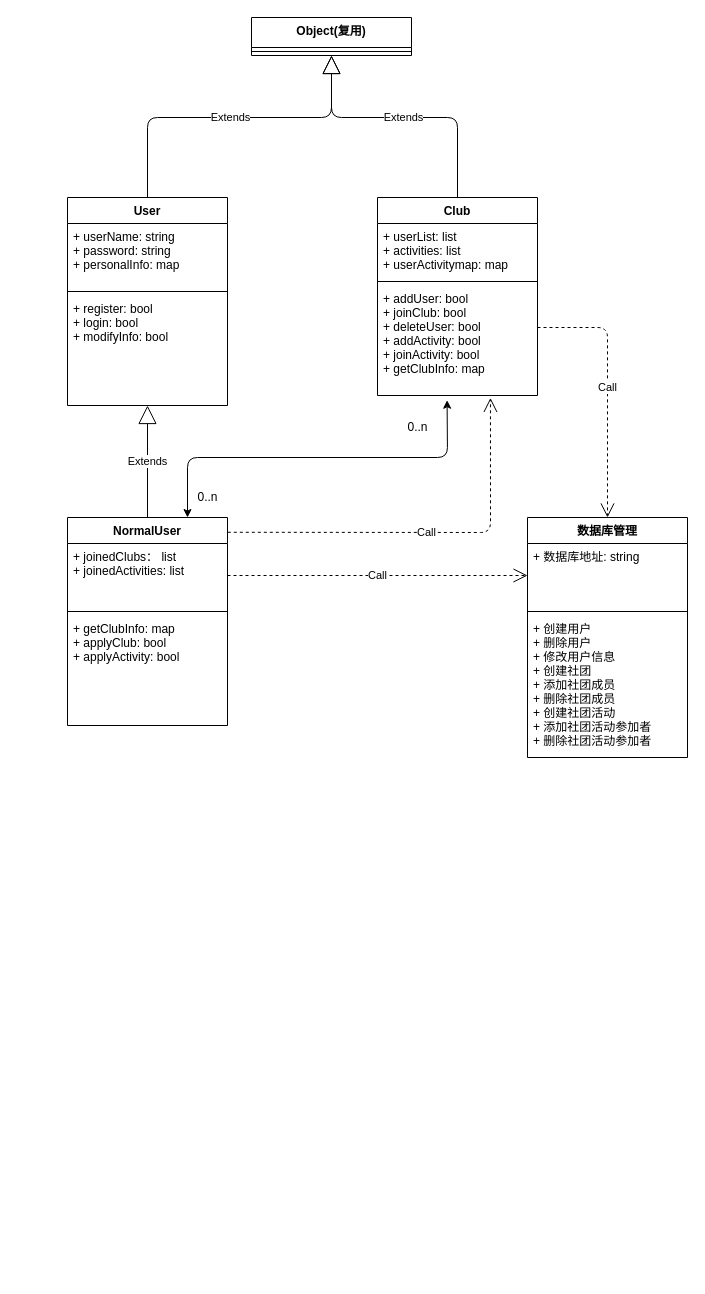
This is CD.drawio from gaodi16366/test, a draw.io file, before an edit. Source tidied: cells renumbered, new cells numbered last; positions are measured from the earlier drawing's top-left corner, leaving out a move shared by most shapes. Both pictures are drawn from the tidied source at 100%, with x=0, y=0 at pixel (67, 17).
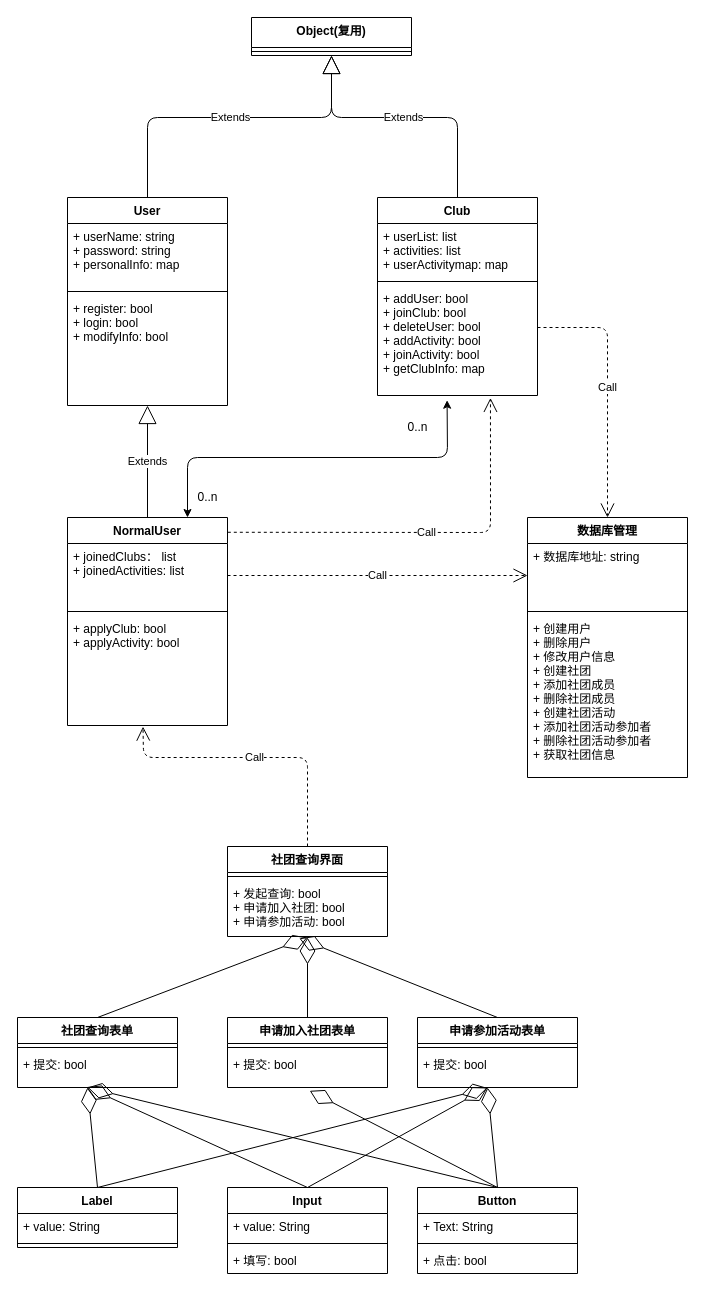
After the change.

The change refers to these unchanged cells:
```xml
<mxCell id="11" value="NormalUser" style="swimlane;fontStyle=1;align=center;verticalAlign=top;horizontal=1;startSize=26;" parent="1" vertex="1">
  <mxGeometry y="500" width="160" height="208" as="geometry" />
</mxCell>
```

Change to the diagram source:
```diff
@@
-    <mxCell id="14" value="+ getClubInfo: map&#10;+ applyClub: bool&#10;+ applyActivity: bool&#10;&#10;" style="text;strokeColor=none;fillColor=none;align=left;verticalAlign=top;spacingLeft=4;spacingRight=4;overflow=hidden;points=[[0,0.5],[1,0.5]];portConstraint=eastwest;" parent="11" vertex="1">
+    <mxCell id="14" value="+ applyClub: bool&#10;+ applyActivity: bool&#10;&#10;" style="text;strokeColor=none;fillColor=none;align=left;verticalAlign=top;spacingLeft=4;spacingRight=4;overflow=hidden;points=[[0,0.5],[1,0.5]];portConstraint=eastwest;" parent="11" vertex="1">
       <mxGeometry y="98" width="160" height="110" as="geometry" />
     </mxCell>
@@
     <mxCell id="23" value="数据库管理" style="swimlane;fontStyle=1;align=center;verticalAlign=top;horizontal=1;startSize=26;" parent="1" vertex="1">
-      <mxGeometry x="460" y="500" width="160" height="240" as="geometry" />
+      <mxGeometry x="460" y="500" width="160" height="260" as="geometry" />
     </mxCell>
@@
-    <mxCell id="26" value="+ 创建用户&#10;+ 删除用户&#10;+ 修改用户信息&#10;+ 创建社团&#10;+ 添加社团成员&#10;+ 删除社团成员&#10;+ 创建社团活动&#10;+ 添加社团活动参加者&#10;+ 删除社团活动参加者&#10;&#10;&#10;" style="text;strokeColor=none;fillColor=none;align=left;verticalAlign=top;spacingLeft=4;spacingRight=4;overflow=hidden;" parent="23" vertex="1">
-      <mxGeometry y="98" width="160" height="142" as="geometry" />
+    <mxCell id="26" value="+ 创建用户&#10;+ 删除用户&#10;+ 修改用户信息&#10;+ 创建社团&#10;+ 添加社团成员&#10;+ 删除社团成员&#10;+ 创建社团活动&#10;+ 添加社团活动参加者&#10;+ 删除社团活动参加者&#10;+ 获取社团信息&#10;&#10;&#10;" style="text;strokeColor=none;fillColor=none;align=left;verticalAlign=top;spacingLeft=4;spacingRight=4;overflow=hidden;" parent="23" vertex="1">
+      <mxGeometry y="98" width="160" height="162" as="geometry" />
     </mxCell>
@@
+    <mxCell id="29" value="社团查询界面" style="swimlane;fontStyle=1;align=center;verticalAlign=top;horizontal=1;startSize=26;" parent="1" vertex="1">
+      <mxGeometry x="160" y="829" width="160" height="90" as="geometry" />
+    </mxCell>
+    <mxCell id="30" style="line;strokeWidth=1;fillColor=none;align=left;verticalAlign=middle;spacingTop=-1;spacingLeft=3;spacingRight=3;labelPosition=right;" parent="29" vertex="1">
+      <mxGeometry y="26" width="160" height="8" as="geometry" />
+    </mxCell>
+    <mxCell id="31" value="+ 发起查询: bool&#10;+ 申请加入社团: bool&#10;+ 申请参加活动: bool" style="text;strokeColor=none;fillColor=none;align=left;verticalAlign=top;spacingLeft=4;spacingRight=4;overflow=hidden;points=[[0,0.5],[1,0.5]];portConstraint=eastwest;" parent="29" vertex="1">
+      <mxGeometry y="34" width="160" height="56" as="geometry" />
+    </mxCell>
+    <mxCell id="32" value="Call" style="endArrow=open;endSize=12;dashed=1;html=1;exitX=0.5;exitY=0;exitDx=0;exitDy=0;entryX=0.472;entryY=1.01;entryDx=0;entryDy=0;entryPerimeter=0;" parent="1" edge="1" source="29" target="14">
+      <mxGeometry relative="1" as="geometry">
+        <Array as="points">
+          <mxPoint x="240" y="740" />
+          <mxPoint x="76" y="740" />
+        </Array>
+      </mxGeometry>
+    </mxCell>
+    <mxCell id="33" value="社团查询表单" style="swimlane;fontStyle=1;align=center;verticalAlign=top;horizontal=1;startSize=26;" parent="1" vertex="1">
+      <mxGeometry x="-50" y="1000" width="160" height="70" as="geometry" />
+    </mxCell>
+    <mxCell id="34" style="line;strokeWidth=1;fillColor=none;align=left;verticalAlign=middle;spacingTop=-1;spacingLeft=3;spacingRight=3;labelPosition=right;" parent="33" vertex="1">
+      <mxGeometry y="26" width="160" height="8" as="geometry" />
+    </mxCell>
+    <mxCell id="35" value="+ 提交: bool" style="text;strokeColor=none;fillColor=none;align=left;verticalAlign=top;spacingLeft=4;spacingRight=4;overflow=hidden;points=[[0,0.5],[1,0.5]];portConstraint=eastwest;" parent="33" vertex="1">
+      <mxGeometry y="34" width="160" height="36" as="geometry" />
+    </mxCell>
+    <mxCell id="36" value="申请加入社团表单" style="swimlane;fontStyle=1;align=center;verticalAlign=top;horizontal=1;startSize=26;" parent="1" vertex="1">
+      <mxGeometry x="160" y="1000" width="160" height="70" as="geometry" />
+    </mxCell>
+    <mxCell id="37" style="line;strokeWidth=1;fillColor=none;align=left;verticalAlign=middle;spacingTop=-1;spacingLeft=3;spacingRight=3;labelPosition=right;" parent="36" vertex="1">
+      <mxGeometry y="26" width="160" height="8" as="geometry" />
+    </mxCell>
+    <mxCell id="38" value="+ 提交: bool" style="text;strokeColor=none;fillColor=none;align=left;verticalAlign=top;spacingLeft=4;spacingRight=4;overflow=hidden;points=[[0,0.5],[1,0.5]];portConstraint=eastwest;" parent="36" vertex="1">
+      <mxGeometry y="34" width="160" height="36" as="geometry" />
+    </mxCell>
+    <mxCell id="39" value="申请参加活动表单" style="swimlane;fontStyle=1;align=center;verticalAlign=top;horizontal=1;startSize=26;" parent="1" vertex="1">
+      <mxGeometry x="350" y="1000" width="160" height="70" as="geometry" />
+    </mxCell>
+    <mxCell id="40" style="line;strokeWidth=1;fillColor=none;align=left;verticalAlign=middle;spacingTop=-1;spacingLeft=3;spacingRight=3;labelPosition=right;" parent="39" vertex="1">
+      <mxGeometry y="26" width="160" height="8" as="geometry" />
+    </mxCell>
+    <mxCell id="41" value="+ 提交: bool" style="text;strokeColor=none;fillColor=none;align=left;verticalAlign=top;spacingLeft=4;spacingRight=4;overflow=hidden;points=[[0,0.5],[1,0.5]];portConstraint=eastwest;" parent="39" vertex="1">
+      <mxGeometry y="34" width="160" height="36" as="geometry" />
+    </mxCell>
+    <mxCell id="42" value="Input" style="swimlane;fontStyle=1;align=center;verticalAlign=top;horizontal=1;startSize=26;" parent="1" vertex="1">
+      <mxGeometry x="160" y="1170" width="160" height="86" as="geometry" />
+    </mxCell>
+    <mxCell id="43" value="+ value: String" style="text;strokeColor=none;fillColor=none;align=left;verticalAlign=top;spacingLeft=4;spacingRight=4;overflow=hidden;" parent="42" vertex="1">
+      <mxGeometry y="26" width="160" height="26" as="geometry" />
+    </mxCell>
+    <mxCell id="44" style="line;strokeWidth=1;fillColor=none;align=left;verticalAlign=middle;spacingTop=-1;spacingLeft=3;spacingRight=3;labelPosition=right;" parent="42" vertex="1">
+      <mxGeometry y="52" width="160" height="8" as="geometry" />
+    </mxCell>
+    <mxCell id="45" value="+ 填写: bool" style="text;strokeColor=none;fillColor=none;align=left;verticalAlign=top;spacingLeft=4;spacingRight=4;overflow=hidden;" parent="42" vertex="1">
+      <mxGeometry y="60" width="160" height="26" as="geometry" />
+    </mxCell>
+    <mxCell id="46" value="Label" style="swimlane;fontStyle=1;align=center;verticalAlign=top;horizontal=1;startSize=26;" parent="1" vertex="1">
+      <mxGeometry x="-50" y="1170" width="160" height="60" as="geometry" />
+    </mxCell>
+    <mxCell id="47" value="+ value: String" style="text;strokeColor=none;fillColor=none;align=left;verticalAlign=top;spacingLeft=4;spacingRight=4;overflow=hidden;" parent="46" vertex="1">
+      <mxGeometry y="26" width="160" height="26" as="geometry" />
+    </mxCell>
+    <mxCell id="48" style="line;strokeWidth=1;fillColor=none;align=left;verticalAlign=middle;spacingTop=-1;spacingLeft=3;spacingRight=3;labelPosition=right;" parent="46" vertex="1">
+      <mxGeometry y="52" width="160" height="8" as="geometry" />
+    </mxCell>
+    <mxCell id="49" value="Button" style="swimlane;fontStyle=1;align=center;verticalAlign=top;horizontal=1;startSize=26;" parent="1" vertex="1">
+      <mxGeometry x="350" y="1170" width="160" height="86" as="geometry" />
+    </mxCell>
+    <mxCell id="50" value="+ Text: String" style="text;strokeColor=none;fillColor=none;align=left;verticalAlign=top;spacingLeft=4;spacingRight=4;overflow=hidden;" parent="49" vertex="1">
+      <mxGeometry y="26" width="160" height="26" as="geometry" />
+    </mxCell>
+    <mxCell id="51" style="line;strokeWidth=1;fillColor=none;align=left;verticalAlign=middle;spacingTop=-1;spacingLeft=3;spacingRight=3;labelPosition=right;" parent="49" vertex="1">
+      <mxGeometry y="52" width="160" height="8" as="geometry" />
+    </mxCell>
+    <mxCell id="52" value="+ 点击: bool" style="text;strokeColor=none;fillColor=none;align=left;verticalAlign=top;spacingLeft=4;spacingRight=4;overflow=hidden;" parent="49" vertex="1">
+      <mxGeometry y="60" width="160" height="26" as="geometry" />
+    </mxCell>
+    <mxCell id="53" style="endArrow=diamondThin;endFill=0;endSize=24;html=1;exitX=0.5;exitY=0;exitDx=0;exitDy=0;entryX=0.438;entryY=1;entryDx=0;entryDy=0;entryPerimeter=0;" parent="1" edge="1" source="42" target="41">
+      <mxGeometry relative="1" as="geometry" />
+    </mxCell>
+    <mxCell id="54" style="endArrow=diamondThin;endFill=0;endSize=24;html=1;entryX=0.432;entryY=0.987;entryDx=0;entryDy=0;entryPerimeter=0;" parent="1" edge="1" target="35">
+      <mxGeometry relative="1" as="geometry">
+        <mxPoint x="240" y="1170" as="sourcePoint" />
+      </mxGeometry>
+    </mxCell>
+    <mxCell id="55" style="endArrow=diamondThin;endFill=0;endSize=24;html=1;entryX=0.438;entryY=1.013;entryDx=0;entryDy=0;entryPerimeter=0;exitX=0.5;exitY=0;exitDx=0;exitDy=0;" parent="1" edge="1" source="46" target="41">
+      <mxGeometry relative="1" as="geometry" />
+    </mxCell>
+    <mxCell id="56" style="endArrow=diamondThin;endFill=0;endSize=24;html=1;" parent="1" edge="1">
+      <mxGeometry relative="1" as="geometry">
+        <mxPoint x="30" y="1170" as="sourcePoint" />
+        <mxPoint x="20" y="1070" as="targetPoint" />
+      </mxGeometry>
+    </mxCell>
+    <mxCell id="57" style="endArrow=diamondThin;endFill=0;endSize=24;html=1;entryX=0.514;entryY=1.092;entryDx=0;entryDy=0;entryPerimeter=0;exitX=0.5;exitY=0;exitDx=0;exitDy=0;" parent="1" edge="1" source="49" target="38">
+      <mxGeometry relative="1" as="geometry" />
+    </mxCell>
+    <mxCell id="58" style="endArrow=diamondThin;endFill=0;endSize=24;html=1;" parent="1" edge="1">
+      <mxGeometry relative="1" as="geometry">
+        <mxPoint x="430" y="1170" as="sourcePoint" />
+        <mxPoint x="420" y="1070" as="targetPoint" />
+      </mxGeometry>
+    </mxCell>
+    <mxCell id="59" style="endArrow=diamondThin;endFill=0;endSize=24;html=1;" parent="1" edge="1">
+      <mxGeometry relative="1" as="geometry">
+        <mxPoint x="430" y="1170" as="sourcePoint" />
+        <mxPoint x="20" y="1070" as="targetPoint" />
+      </mxGeometry>
+    </mxCell>
+    <mxCell id="60" style="endArrow=diamondThin;endFill=0;endSize=24;html=1;entryX=0.449;entryY=1.033;entryDx=0;entryDy=0;entryPerimeter=0;exitX=0.5;exitY=0;exitDx=0;exitDy=0;" parent="1" edge="1" source="39" target="31">
+      <mxGeometry relative="1" as="geometry" />
+    </mxCell>
+    <mxCell id="61" style="endArrow=diamondThin;endFill=0;endSize=24;html=1;exitX=0.5;exitY=0;exitDx=0;exitDy=0;" parent="1" edge="1" source="36">
+      <mxGeometry relative="1" as="geometry">
+        <mxPoint x="240" y="920" as="targetPoint" />
+      </mxGeometry>
+    </mxCell>
+    <mxCell id="62" style="endArrow=diamondThin;endFill=0;endSize=24;html=1;exitX=0.5;exitY=0;exitDx=0;exitDy=0;" parent="1" edge="1" source="33">
+      <mxGeometry relative="1" as="geometry">
+        <mxPoint x="240" y="920" as="targetPoint" />
+      </mxGeometry>
+    </mxCell>
```
